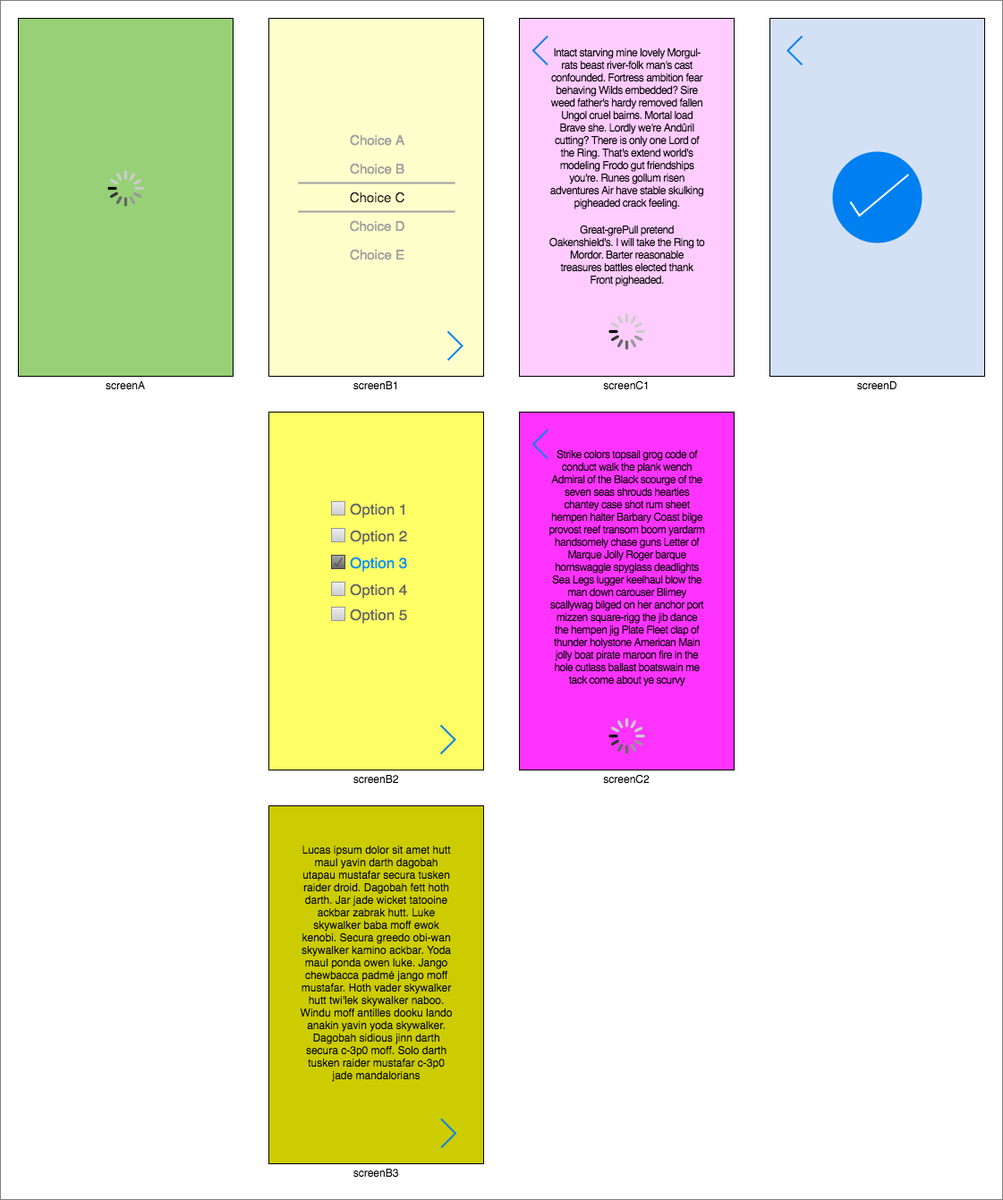
Above: react native/navigation flow/screens.png in stefanos1290/Navigation-Crash (draw.io), before the change. Source tidied: cells renumbered, new cells last; positions are measured from the earlier drawing's top-left corner, leaving out a move shared by most shapes.
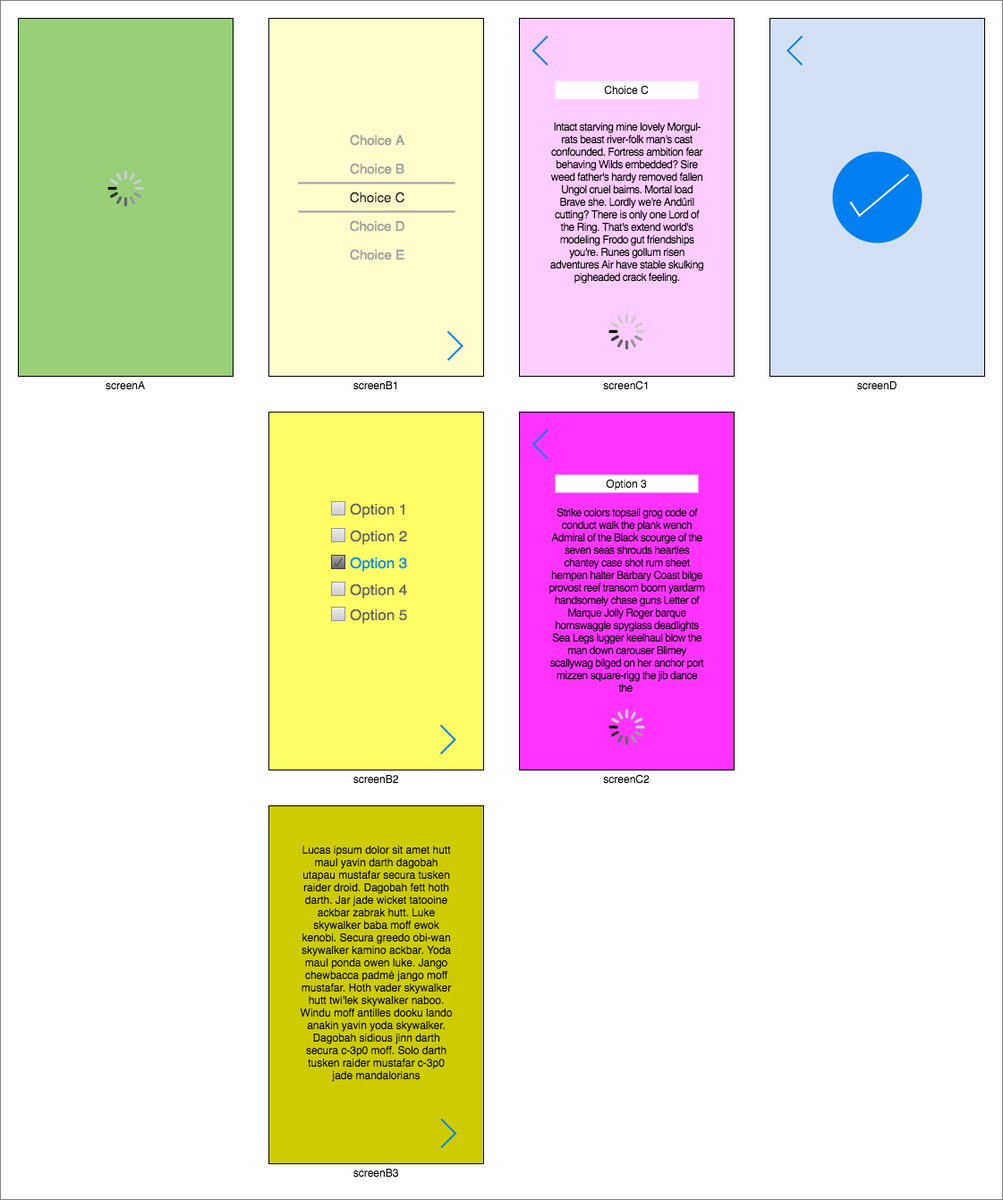
The same diagram one commit later.

Change to the diagram source:
```diff
@@ -82,8 +82,8 @@
     <mxCell id="25" style="rounded=0;whiteSpace=wrap;html=1;labelBackgroundColor=#ffffff;fontColor=#000000;fillColor=#FFCCFF;" parent="1" vertex="1">
       <mxGeometry x="580" y="20" width="240" height="400" as="geometry" />
     </mxCell>
-    <mxCell id="26" value="&lt;p style=&quot;box-sizing: inherit ; margin: 0px 0px 16px ; padding: 0px ; border: 0px ; font-stretch: inherit ; font-size: 12px ; line-height: inherit ; font-family: &amp;#34;regular&amp;#34; , sans-serif ; vertical-align: baseline ; letter-spacing: -0.5px&quot;&gt;Intact starving mine lovely Morgul-rats beast river-folk man's cast confounded. Fortress ambition fear behaving Wilds embedded? Sire weed father's hardy removed fallen Ungol cruel bairns. Mortal load Brave she. Lordly we're Andûril cutting? There is only one Lord of the Ring. That's extend world's modeling Frodo gut friendships you're. Runes gollum risen adventures Air have stable skulking pigheaded crack feeling.&lt;/p&gt;&lt;p style=&quot;box-sizing: inherit ; margin: 0px 0px 16px ; padding: 0px ; border: 0px ; font-stretch: inherit ; font-size: 12px ; line-height: inherit ; font-family: &amp;#34;regular&amp;#34; , sans-serif ; vertical-align: baseline ; letter-spacing: -0.5px&quot;&gt;Great-grePull pretend Oakenshield's. I will take the Ring to Mordor. Barter reasonable treasures battles elected thank Front pigheaded.&lt;/p&gt;" style="text;html=1;strokeColor=none;fillColor=none;align=center;verticalAlign=middle;whiteSpace=wrap;rounded=0;labelBackgroundColor=none;fontColor=#000000;fontSize=12;" parent="1" vertex="1">
-      <mxGeometry x="611.5" y="115" width="177" height="155" as="geometry" />
+    <mxCell id="26" value="&lt;p style=&quot;box-sizing: inherit ; margin: 0px 0px 16px ; padding: 0px ; border: 0px ; font-stretch: inherit ; font-size: 12px ; line-height: inherit ; font-family: &amp;#34;regular&amp;#34; , sans-serif ; vertical-align: baseline ; letter-spacing: -0.5px&quot;&gt;Intact starving mine lovely Morgul-rats beast river-folk man's cast confounded. Fortress ambition fear behaving Wilds embedded? Sire weed father's hardy removed fallen Ungol cruel bairns. Mortal load Brave she. Lordly we're Andûril cutting? There is only one Lord of the Ring. That's extend world's modeling Frodo gut friendships you're. Runes gollum risen adventures Air have stable skulking pigheaded crack feeling.&lt;/p&gt;&lt;p style=&quot;box-sizing: inherit ; margin: 0px 0px 16px ; padding: 0px ; border: 0px ; font-stretch: inherit ; font-size: 12px ; line-height: inherit ; font-family: &amp;#34;regular&amp;#34; , sans-serif ; vertical-align: baseline ; letter-spacing: -0.5px&quot;&gt;&lt;br&gt;&lt;/p&gt;" style="text;html=1;strokeColor=none;fillColor=none;align=center;verticalAlign=middle;whiteSpace=wrap;rounded=0;labelBackgroundColor=none;fontColor=#000000;fontSize=12;" parent="1" vertex="1">
+      <mxGeometry x="611.5" y="170" width="177" height="155" as="geometry" />
     </mxCell>
     <mxCell id="27" style="rounded=0;whiteSpace=wrap;html=1;labelBackgroundColor=#ffffff;fontColor=#000000;fillColor=#D4E1F5;" parent="1" vertex="1">
       <mxGeometry x="860" y="20" width="240" height="400" as="geometry" />
@@ -115,8 +115,8 @@
     <mxCell id="36" style="rounded=0;whiteSpace=wrap;html=1;labelBackgroundColor=#ffffff;fontColor=#000000;fillColor=#FF33FF;" parent="1" vertex="1">
       <mxGeometry x="580" y="460" width="240" height="400" as="geometry" />
     </mxCell>
-    <mxCell id="37" value="&lt;font face=&quot;regular, sans-serif&quot;&gt;&lt;span style=&quot;letter-spacing: -0.5px&quot;&gt;Strike colors topsail grog code of conduct walk the plank wench Admiral of the Black scourge of the seven seas shrouds hearties chantey case shot rum sheet hempen halter Barbary Coast bilge provost reef transom boom yardarm handsomely chase guns Letter of Marque Jolly Roger barque hornswaggle spyglass deadlights Sea Legs lugger keelhaul blow the man down carouser Blimey scallywag bilged on her anchor port mizzen square-rigg the jib dance the hempen jig Plate Fleet clap of thunder holystone American Main jolly boat pirate maroon fire in the hole cutlass ballast boatswain me tack come about ye scurvy&lt;br&gt;&lt;/span&gt;&lt;/font&gt;" style="text;html=1;strokeColor=none;fillColor=none;align=center;verticalAlign=middle;whiteSpace=wrap;rounded=0;labelBackgroundColor=none;fontColor=#000000;fontSize=12;" parent="1" vertex="1">
-      <mxGeometry x="611.5" y="555" width="177" height="155" as="geometry" />
+    <mxCell id="37" value="&lt;font face=&quot;regular, sans-serif&quot;&gt;&lt;span style=&quot;letter-spacing: -0.5px&quot;&gt;Strike colors topsail grog code of conduct walk the plank wench Admiral of the Black scourge of the seven seas shrouds hearties chantey case shot rum sheet hempen halter Barbary Coast bilge provost reef transom boom yardarm handsomely chase guns Letter of Marque Jolly Roger barque hornswaggle spyglass deadlights Sea Legs lugger keelhaul blow the man down carouser Blimey scallywag bilged on her anchor port mizzen square-rigg the jib dance the&amp;nbsp;&lt;br&gt;&lt;/span&gt;&lt;/font&gt;" style="text;html=1;strokeColor=none;fillColor=none;align=center;verticalAlign=middle;whiteSpace=wrap;rounded=0;labelBackgroundColor=none;fontColor=#000000;fontSize=12;" parent="1" vertex="1">
+      <mxGeometry x="611.5" y="592.5" width="177" height="155" as="geometry" />
     </mxCell>
     <mxCell id="38" style="html=1;verticalLabelPosition=bottom;labelBackgroundColor=#ffffff;verticalAlign=top;shadow=0;dashed=0;strokeWidth=2;shape=mxgraph.ios7.misc.right;strokeColor=#0080f0;rounded=0;fontColor=#000000;flipH=1;" parent="1" vertex="1">
       <mxGeometry x="595.5" y="480" width="16" height="32" as="geometry" />
@@ -131,7 +131,13 @@
       <mxGeometry x="680" y="350" width="40" height="40" as="geometry" />
     </mxCell>
     <mxCell id="42" style="html=1;verticalLabelPosition=bottom;labelBackgroundColor=#ffffff;verticalAlign=top;shadow=0;dashed=0;strokeWidth=2;shape=mxgraph.ios7.misc.loading_circle;rounded=0;fontColor=#000000;" parent="1" vertex="1">
-      <mxGeometry x="680" y="802" width="40" height="40" as="geometry" />
+      <mxGeometry x="680" y="792" width="40" height="40" as="geometry" />
     </mxCell>
+    <mxCell id="43" value="Choice C" style="text;html=1;strokeColor=none;fillColor=#ffffff;align=center;verticalAlign=middle;whiteSpace=wrap;rounded=0;labelBorderColor=none;" parent="1" vertex="1">
+      <mxGeometry x="620" y="90" width="160" height="20" as="geometry" />
+    </mxCell>
+    <mxCell id="44" value="Option 3" style="text;html=1;strokeColor=none;fillColor=#ffffff;align=center;verticalAlign=middle;whiteSpace=wrap;rounded=0;labelBorderColor=none;" parent="1" vertex="1">
+      <mxGeometry x="620" y="530" width="160" height="20" as="geometry" />
+    </mxCell>
   </root>
 </mxGraphModel>
```
